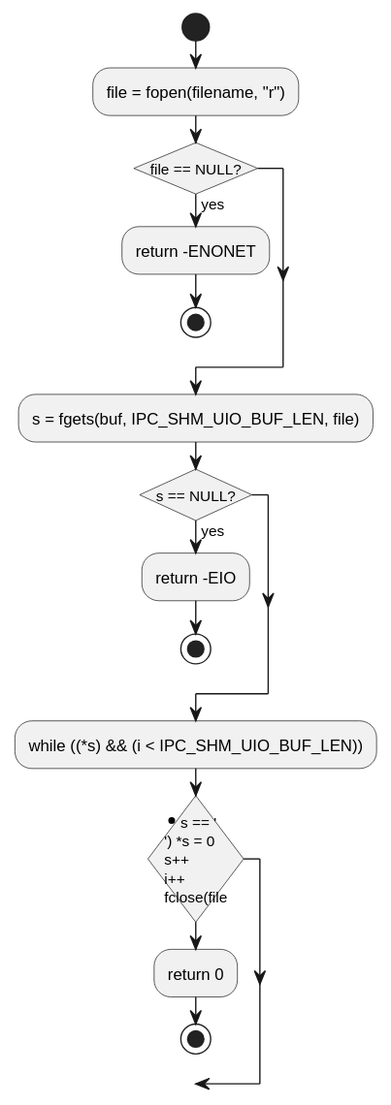
Earlier version of the PlantUML export c1_sdd_linux-ipcs/cursor_tmp/flow_svgs/linux_6_4_1_line_from_file.svg (Mastang1/sad_sdd_proj).
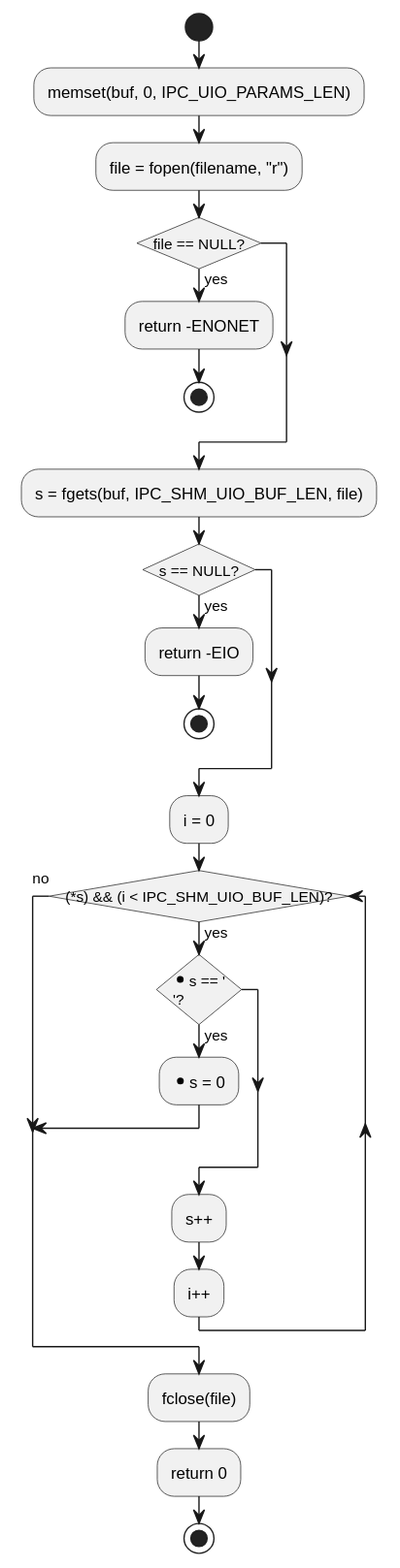
The same file after the commit.

What changed in the source:
```diff
@@ -3,6 +3,7 @@
 skinparam conditionStyle insideDiamond
 skinparam linetype ortho
 start
+:memset(buf, 0, IPC_UIO_PARAMS_LEN);
 :file = fopen(filename, "r");
 if (file == NULL?) then (yes)
   :return -ENONET;
@@ -13,11 +14,16 @@
   :return -EIO;
 stop
 endif
-:while ((*s) && (i < IPC_SHM_UIO_BUF_LEN));
-if (*s == '\n') *s = 0
-s++
-i++
-fclose(file);
+:i = 0;
+while ((*s) && (i < IPC_SHM_UIO_BUF_LEN)?) is (yes)
+  if (*s == '\n'?) then (yes)
+    :*s = 0;
+    break
+    endif
+  :s++;
+  :i++;
+endwhile (no)
+:fclose(file);
 :return 0;
 stop
 @enduml
```
